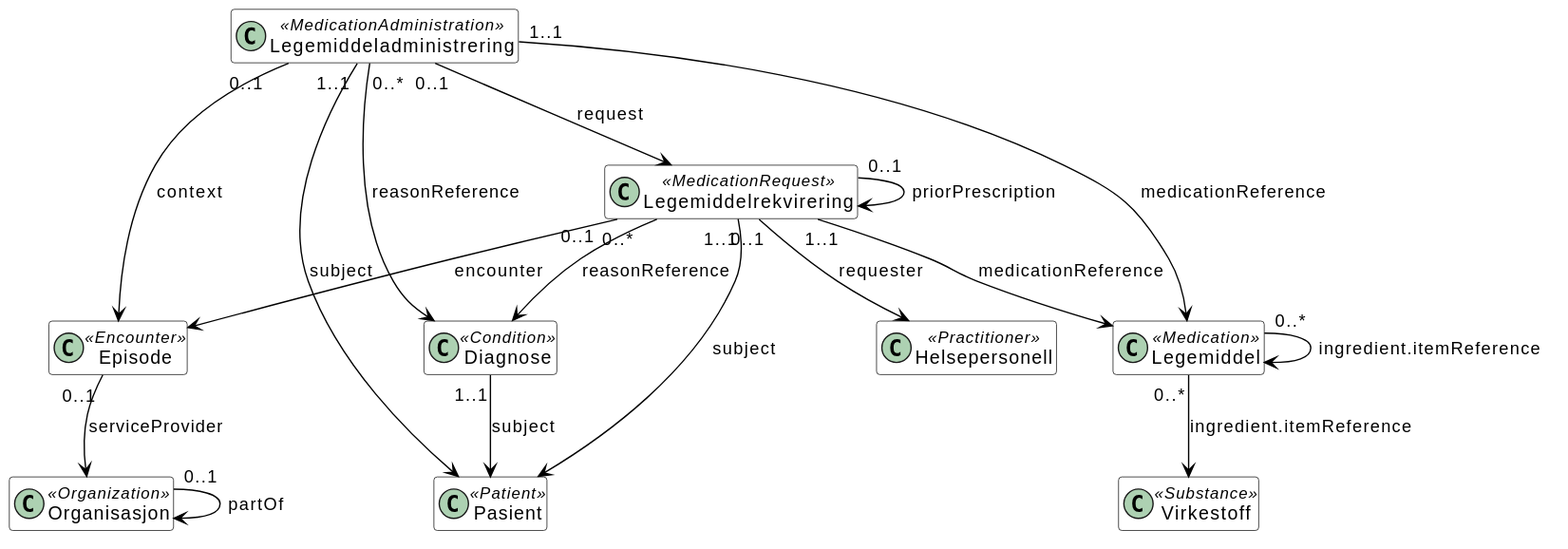
Above: currentbuild/informasjonsmodell-enkel.svg in folkehelseinstituttet/LMDI (PlantUML), before the change.
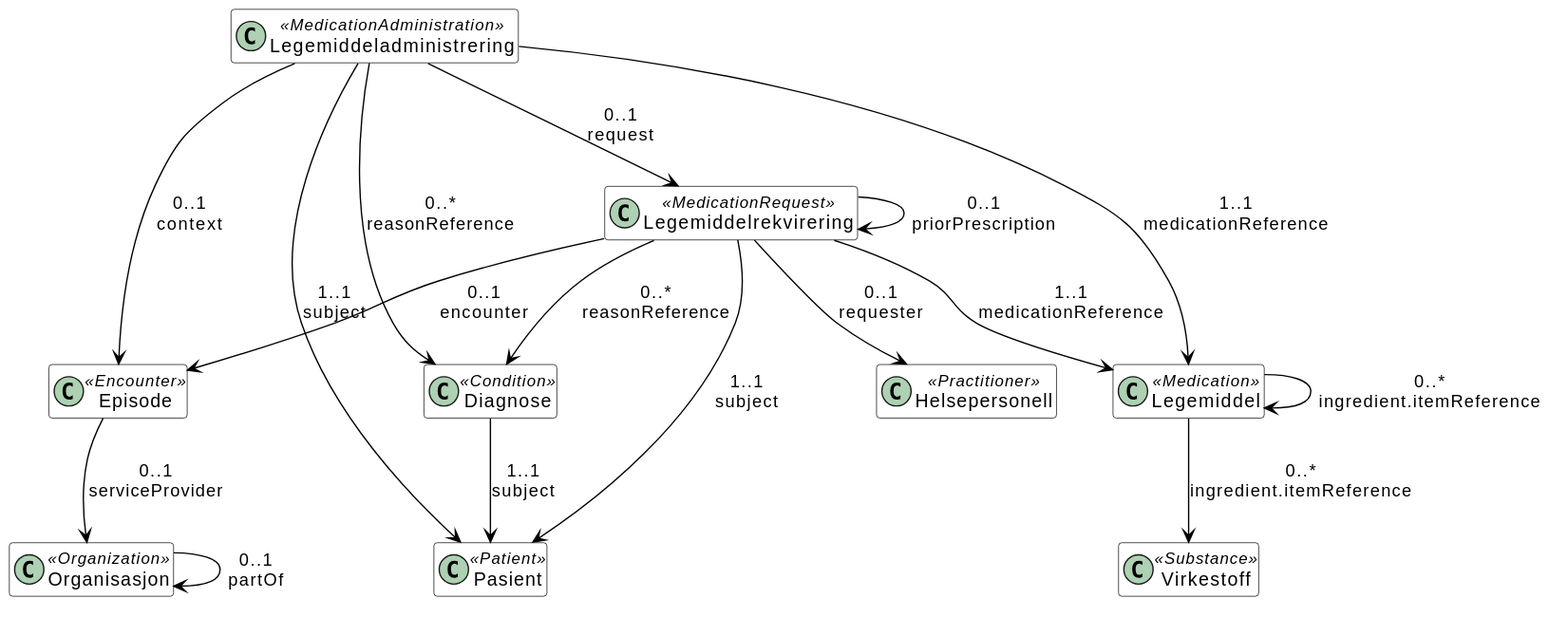
After the change.

What changed in the source:
```diff
@@ -16,20 +16,20 @@
 class Pasient <<Patient>> [[StructureDefinition-lmdi-patient.html Pasient _blank]]
 class Virkestoff <<Substance>> [[StructureDefinition-lmdi-substance.html Virkestoff _blank]]
 
-Diagnose "1..1" --> Pasient : "subject"
-Episode "0..1" --> Organisasjon : "serviceProvider"
-Legemiddel "0..*" --> Virkestoff : "ingredient.itemReference"
-Legemiddel "0..*" --> Legemiddel : "ingredient.itemReference"
-Legemiddeladministrering "1..1" --> Legemiddel : "medicationReference"
-Legemiddeladministrering "1..1" --> Pasient : "subject"
-Legemiddeladministrering "0..1" --> Episode : "context"
-Legemiddeladministrering "0..*" --> Diagnose : "reasonReference"
-Legemiddeladministrering "0..1" --> Legemiddelrekvirering : "request"
-Legemiddelrekvirering "1..1" --> Legemiddel : "medicationReference"
-Legemiddelrekvirering "1..1" --> Pasient : "subject"
-Legemiddelrekvirering "0..1" --> Episode : "encounter"
-Legemiddelrekvirering "0..1" --> Helsepersonell : "requester"
-Legemiddelrekvirering "0..*" --> Diagnose : "reasonReference"
-Legemiddelrekvirering "0..1" --> Legemiddelrekvirering : "priorPrescription"
-Organisasjon "0..1" --> Organisasjon : "partOf"
+Diagnose --> Pasient : "1..1\nsubject"
+Episode --> Organisasjon : "0..1\nserviceProvider"
+Legemiddel --> Virkestoff : "0..*\ningredient.itemReference"
+Legemiddel --> Legemiddel : "0..*\ningredient.itemReference"
+Legemiddeladministrering --> Legemiddel : "1..1\nmedicationReference"
+Legemiddeladministrering --> Pasient : "1..1\nsubject"
+Legemiddeladministrering --> Episode : "0..1\ncontext"
+Legemiddeladministrering --> Diagnose : "0..*\nreasonReference"
+Legemiddeladministrering --> Legemiddelrekvirering : "0..1\nrequest"
+Legemiddelrekvirering --> Legemiddel : "1..1\nmedicationReference"
+Legemiddelrekvirering --> Pasient : "1..1\nsubject"
+Legemiddelrekvirering --> Episode : "0..1\nencounter"
+Legemiddelrekvirering --> Helsepersonell : "0..1\nrequester"
+Legemiddelrekvirering --> Diagnose : "0..*\nreasonReference"
+Legemiddelrekvirering --> Legemiddelrekvirering : "0..1\npriorPrescription"
+Organisasjon --> Organisasjon : "0..1\npartOf"
 @enduml
```
